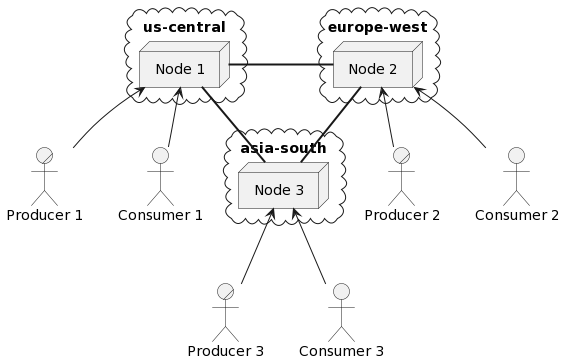
The PlantUML diagram diagrams/depl.png in Marcel-MD/geo-distributed-message-broker, before a commit.
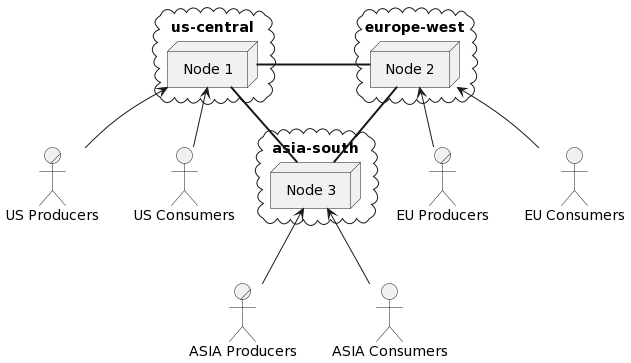
After the commit.

Change to the diagram source:
```diff
@@ -1,11 +1,11 @@
 @startuml
-actor/ "Producer 1" as P1
-actor/ "Producer 2" as P2
-actor/ "Producer 3" as P3
+actor/ "US Producers" as P1
+actor/ "EU Producers" as P2
+actor/ "ASIA Producers" as P3
 
-actor "Consumer 1" as C1
-actor "Consumer 2" as C2
-actor "Consumer 3" as C3
+actor "US Consumers" as C1
+actor "EU Consumers" as C2
+actor "ASIA Consumers" as C3
 
 
 cloud us-central {
```
